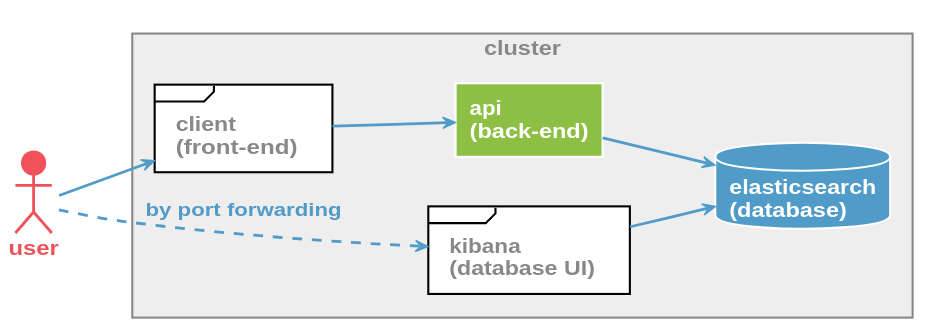
Earlier version of the PlantUML export images/archi-doc.svg (NeVraX182/docs).
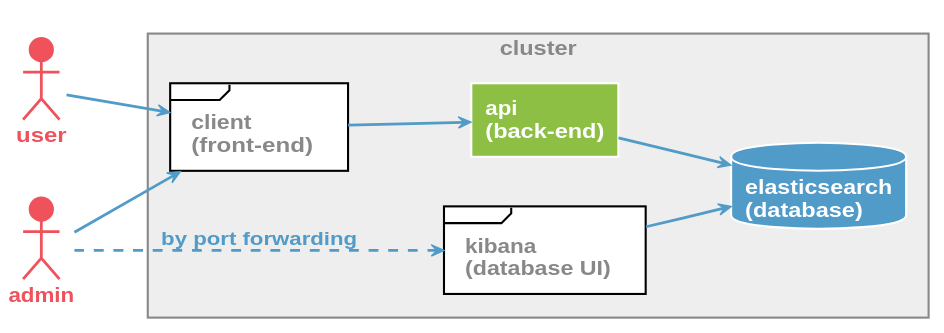
The same diagram one commit later.

Change to the diagram source:
```diff
@@ -154,7 +154,8 @@
     frame kibana as "kibana\n(database UI)"
 }
 user --> frontend
-user ..> kibana : by port forwarding
+admin --> frontend
+admin ..> kibana : by port forwarding
 frontend --> backend
 backend --> elastic
 kibana --> elastic
```
